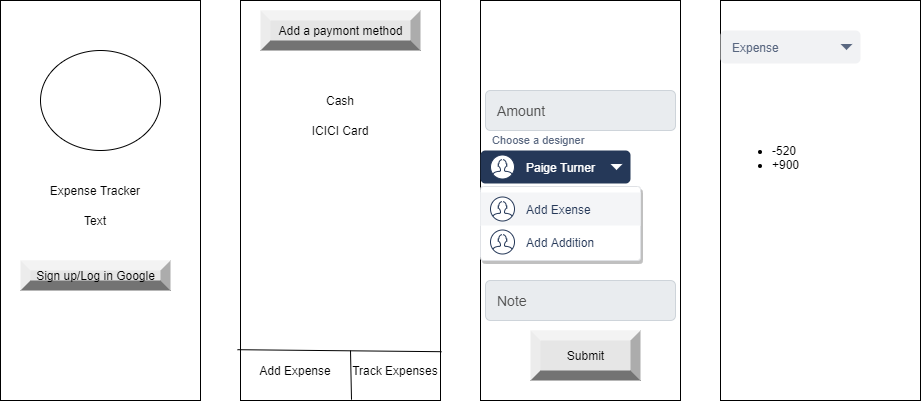
The draw.io diagram Expense Tracker.png in TanishqSinghAnand/3, before a commit. Source tidied: cells renumbered, new cells last; positions are measured from the earlier drawing's top-left corner, leaving out a move shared by most shapes.
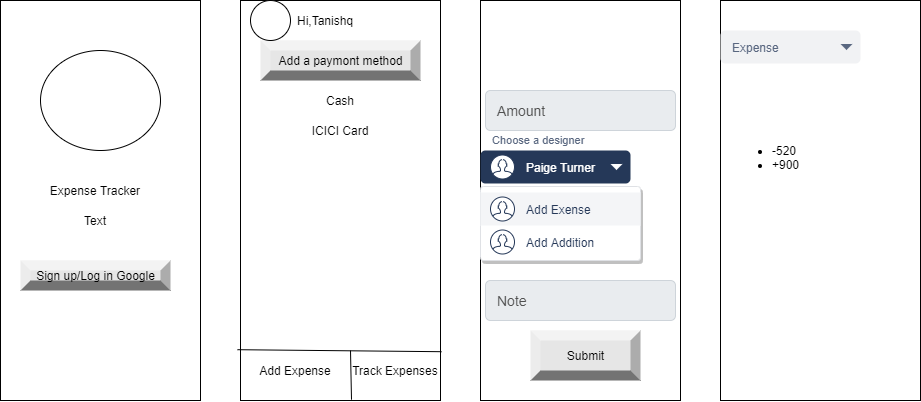
Above is the later version.

Change to the diagram source:
```diff
@@ -35,7 +35,7 @@
       <mxGeometry x="350" y="360" width="90" height="20" as="geometry" />
     </mxCell>
     <mxCell id="12" value="Add a paymont method" style="labelPosition=center;verticalLabelPosition=middle;align=center;html=1;shape=mxgraph.basic.shaded_button;dx=10;fillColor=#E6E6E6;strokeColor=none;" parent="1" vertex="1">
-      <mxGeometry x="260" y="10" width="160" height="40" as="geometry" />
+      <mxGeometry x="260" y="40" width="160" height="40" as="geometry" />
     </mxCell>
     <mxCell id="13" value="Cash" style="text;html=1;strokeColor=none;fillColor=none;align=center;verticalAlign=middle;whiteSpace=wrap;rounded=0;" parent="1" vertex="1">
       <mxGeometry x="320" y="90" width="40" height="20" as="geometry" />
@@ -108,5 +108,11 @@
     <mxCell id="31" value="&lt;ul&gt;&lt;li&gt;-520&lt;/li&gt;&lt;li&gt;&lt;span&gt;+900&lt;/span&gt;&lt;br&gt;&lt;/li&gt;&lt;/ul&gt;" style="text;strokeColor=none;fillColor=none;html=1;whiteSpace=wrap;verticalAlign=middle;overflow=hidden;" parent="1" vertex="1">
       <mxGeometry x="730" y="103" width="120" height="107" as="geometry" />
     </mxCell>
+    <mxCell id="32" value="Hi,Tanishq" style="text;html=1;strokeColor=none;fillColor=none;align=center;verticalAlign=middle;whiteSpace=wrap;rounded=0;" parent="1" vertex="1">
+      <mxGeometry x="290" y="10" width="70" height="20" as="geometry" />
+    </mxCell>
+    <mxCell id="33" style="ellipse;whiteSpace=wrap;html=1;" parent="1" vertex="1">
+      <mxGeometry x="250" width="40" height="40" as="geometry" />
+    </mxCell>
   </root>
 </mxGraphModel>
```
